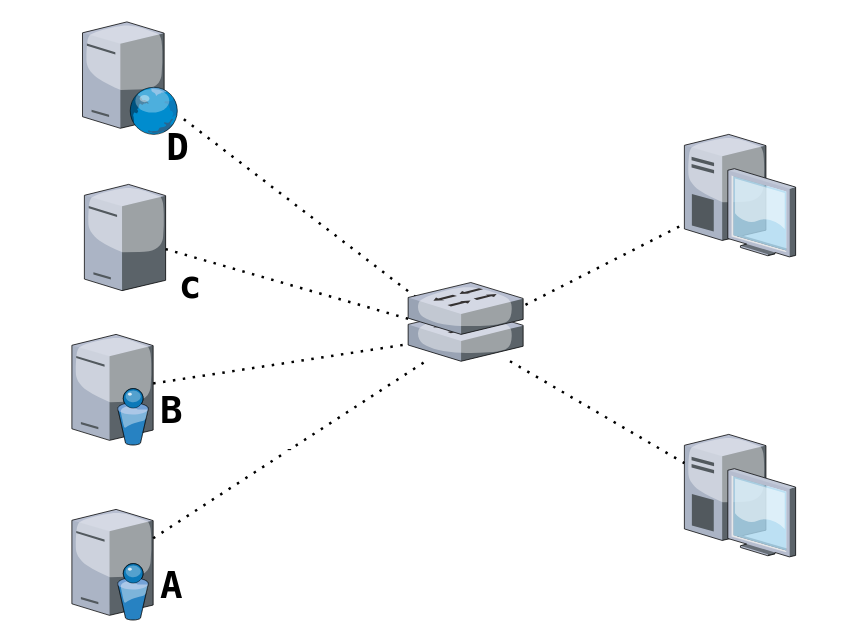
Before: Untitled Diagram.drawio in MarcHoog/Random-powershell-Funcitons, a draw.io diagram. Source tidied: cells renumbered, new cells numbered last; positions are measured from the earlier drawing's top-left corner, leaving out a move shared by most shapes. Both pictures are drawn from the tidied source at 125%, with x=0, y=0 at pixel (71, 21). Pictures stored in the file or linked from it are replaced by grey dashed boxes.
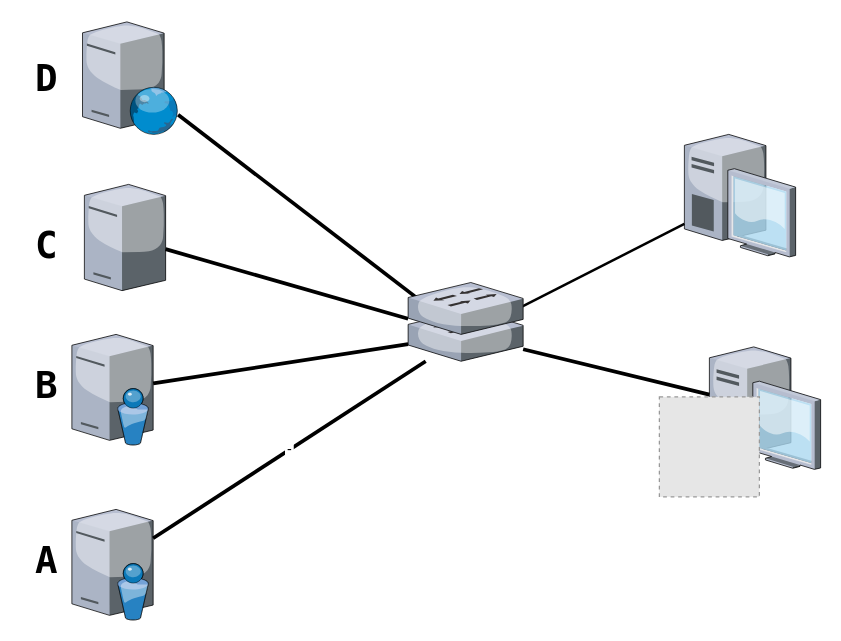
Above is the later version.

Unchanged cells that the change refers to:
```xml
<mxCell id="2" style="verticalLabelPosition=bottom;html=1;verticalAlign=top;strokeColor=none;align=center;outlineConnect=0;shape=mxgraph.citrix.tower_server;rounded=0;shadow=0;fontFamily=Lucida Console;fillColor=#F0F0F0;" parent="1" vertex="1">
  <mxGeometry x="10" y="130" width="65" height="85" as="geometry" />
</mxCell>
<mxCell id="3" style="verticalLabelPosition=bottom;html=1;verticalAlign=top;strokeColor=none;align=center;outlineConnect=0;shape=mxgraph.citrix.directory_server;rounded=0;shadow=0;fontFamily=Lucida Console;fillColor=#F0F0F0;" parent="1" vertex="1">
  <mxGeometry y="250" width="65" height="88.5" as="geometry" />
</mxCell>
<mxCell id="4" style="verticalLabelPosition=bottom;html=1;verticalAlign=top;strokeColor=none;align=center;outlineConnect=0;shape=mxgraph.citrix.directory_server;rounded=0;shadow=0;fontFamily=Lucida Console;fillColor=#F0F0F0;" parent="1" vertex="1">
  <mxGeometry y="390" width="65" height="88.5" as="geometry" />
</mxCell>
<mxCell id="5" style="verticalLabelPosition=bottom;html=1;verticalAlign=top;strokeColor=none;align=center;outlineConnect=0;shape=mxgraph.citrix.web_server;rounded=0;shadow=0;fontFamily=Lucida Console;fillColor=#F0F0F0;" parent="1" vertex="1">
  <mxGeometry x="8.5" width="76.5" height="90" as="geometry" />
</mxCell>
<mxCell id="6" style="verticalLabelPosition=bottom;html=1;verticalAlign=top;strokeColor=none;align=center;outlineConnect=0;shape=mxgraph.citrix.desktop;rounded=0;shadow=0;fontFamily=Lucida Console;fillColor=#F0F0F0;" parent="1" vertex="1">
  <mxGeometry x="490" y="90" width="89" height="98" as="geometry" />
</mxCell>
<mxCell id="8" style="verticalLabelPosition=bottom;html=1;verticalAlign=top;strokeColor=none;align=center;outlineConnect=0;shape=mxgraph.citrix.switch;rounded=0;shadow=0;fontFamily=Lucida Console;fillColor=#F0F0F0;" parent="1" vertex="1">
  <mxGeometry x="269" y="230" width="92" height="41.5" as="geometry" />
</mxCell>
```

The edit, as a diff of the source:
```diff
@@
     <mxCell id="7" style="verticalLabelPosition=bottom;html=1;verticalAlign=top;strokeColor=none;align=center;outlineConnect=0;shape=mxgraph.citrix.desktop;rounded=0;shadow=0;fontFamily=Lucida Console;fillColor=#F0F0F0;" parent="1" vertex="1">
-      <mxGeometry x="490" y="330" width="89" height="98" as="geometry" />
+      <mxGeometry x="510" y="260" width="89" height="98" as="geometry" />
     </mxCell>
@@
-    <mxCell id="9" style="endArrow=none;dashed=1;html=1;dashPattern=1 3;strokeWidth=2;fontFamily=Lucida Console;" parent="1" edge="1" source="8" target="6">
+    <mxCell id="9" style="endArrow=none;html=1;strokeWidth=2;fontFamily=Lucida Console;" parent="1" edge="1" source="8" target="6">
       <mxGeometry relative="1" as="geometry" />
     </mxCell>
-    <mxCell id="10" style="endArrow=none;dashed=1;html=1;dashPattern=1 3;strokeWidth=2;fontFamily=Lucida Console;" parent="1" edge="1" source="8" target="7">
+    <mxCell id="10" style="endArrow=none;html=1;strokeWidth=3;fontFamily=Lucida Console;" parent="1" edge="1" source="8" target="7">
       <mxGeometry relative="1" as="geometry" />
     </mxCell>
-    <mxCell id="11" value="-" style="endArrow=none;dashed=1;html=1;dashPattern=1 3;strokeWidth=2;fontFamily=Lucida Console;" parent="1" edge="1" source="4" target="8">
+    <mxCell id="11" value="-" style="endArrow=none;html=1;strokeWidth=3;fontFamily=Lucida Console;" parent="1" edge="1" source="4" target="8">
       <mxGeometry relative="1" as="geometry" />
     </mxCell>
-    <mxCell id="12" style="endArrow=none;dashed=1;html=1;dashPattern=1 3;strokeWidth=2;fontFamily=Lucida Console;" parent="1" edge="1" source="3" target="8">
+    <mxCell id="12" style="endArrow=none;html=1;strokeWidth=3;fontFamily=Lucida Console;" parent="1" edge="1" source="3" target="8">
       <mxGeometry relative="1" as="geometry" />
     </mxCell>
-    <mxCell id="13" style="endArrow=none;dashed=1;html=1;dashPattern=1 3;strokeWidth=2;fontFamily=Lucida Console;" parent="1" edge="1" source="8" target="2">
+    <mxCell id="13" style="endArrow=none;html=1;strokeWidth=3;fontFamily=Lucida Console;" parent="1" edge="1" source="8" target="2">
       <mxGeometry relative="1" as="geometry" />
     </mxCell>
-    <mxCell id="14" style="endArrow=none;dashed=1;html=1;dashPattern=1 3;strokeWidth=2;fontFamily=Lucida Console;" parent="1" edge="1" source="8" target="5">
+    <mxCell id="14" style="endArrow=none;html=1;strokeWidth=3;fontFamily=Lucida Console;" parent="1" edge="1" source="8" target="5">
       <mxGeometry relative="1" as="geometry" />
     </mxCell>
@@
     <mxCell id="16" value="A" style="text;html=1;strokeColor=none;fillColor=none;align=center;verticalAlign=middle;whiteSpace=wrap;rounded=0;shadow=0;fontFamily=Lucida Console;fontStyle=1;fontSize=30;" parent="1" vertex="1">
-      <mxGeometry x="60" y="440" width="40" height="20" as="geometry" />
+      <mxGeometry x="-40" y="420" width="40" height="20" as="geometry" />
     </mxCell>
     <mxCell id="17" value="B" style="text;html=1;strokeColor=none;fillColor=none;align=center;verticalAlign=middle;whiteSpace=wrap;rounded=0;shadow=0;fontFamily=Lucida Console;fontStyle=1;fontSize=30;" parent="1" vertex="1">
-      <mxGeometry x="60" y="300" width="40" height="20" as="geometry" />
+      <mxGeometry x="-40" y="280" width="40" height="20" as="geometry" />
     </mxCell>
-    <mxCell id="18" value="c" style="text;html=1;strokeColor=none;fillColor=none;align=center;verticalAlign=middle;whiteSpace=wrap;rounded=0;shadow=0;fontFamily=Lucida Console;fontStyle=1;fontSize=30;" parent="1" vertex="1">
-      <mxGeometry x="75" y="200" width="40" height="20" as="geometry" />
+    <mxCell id="18" value="C" style="text;html=1;strokeColor=none;fillColor=none;align=center;verticalAlign=middle;whiteSpace=wrap;rounded=0;shadow=0;fontFamily=Lucida Console;fontStyle=1;fontSize=30;" parent="1" vertex="1">
+      <mxGeometry x="-40" y="168" width="40" height="20" as="geometry" />
     </mxCell>
     <mxCell id="19" value="D" style="text;html=1;strokeColor=none;fillColor=none;align=center;verticalAlign=middle;whiteSpace=wrap;rounded=0;shadow=0;fontFamily=Lucida Console;fontStyle=1;fontSize=30;" parent="1" vertex="1">
-      <mxGeometry x="65" y="90" width="40" height="20" as="geometry" />
+      <mxGeometry x="-40" y="35" width="40" height="20" as="geometry" />
     </mxCell>
+    <mxCell id="20" style="fillColor=#E6E6E6;strokeColor=#999999;dashed=1;html=1;verticalAlign=top;verticalLabelPosition=bottom;labelBackgroundColor=#ffffff;" parent="1" vertex="1">
+      <mxGeometry x="470" y="300" width="80" height="80" as="geometry" />
+    </mxCell>
```
